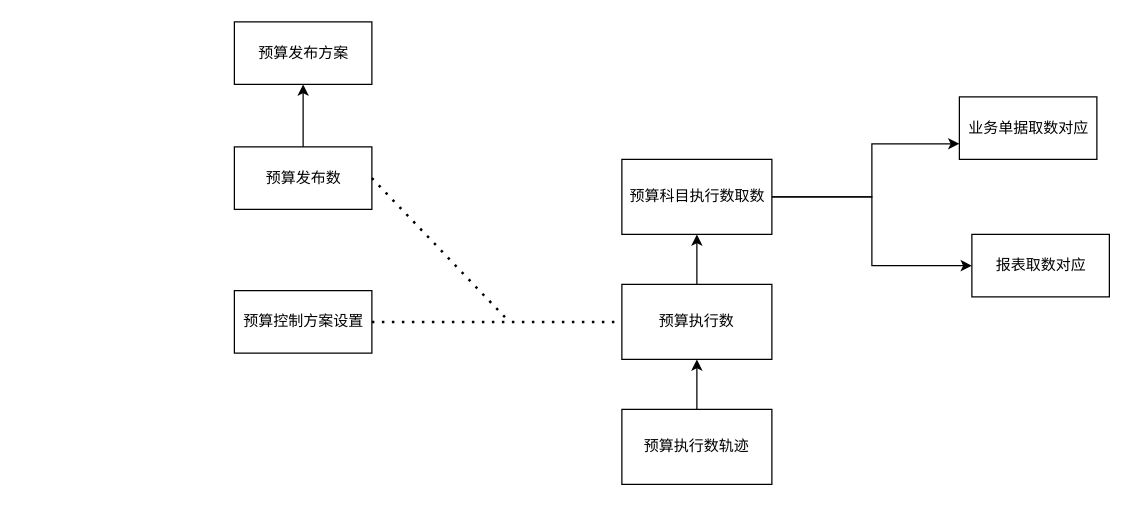
Before: Untitled Diagram.drawio in jeffers3n/dev-diagrams, a draw.io diagram. Source tidied: cells renumbered, new cells numbered last; positions are measured from the earlier drawing's top-left corner, leaving out a move shared by most shapes. Both pictures are drawn from the tidied source at 125%, with x=0, y=0 at pixel (234, 21).
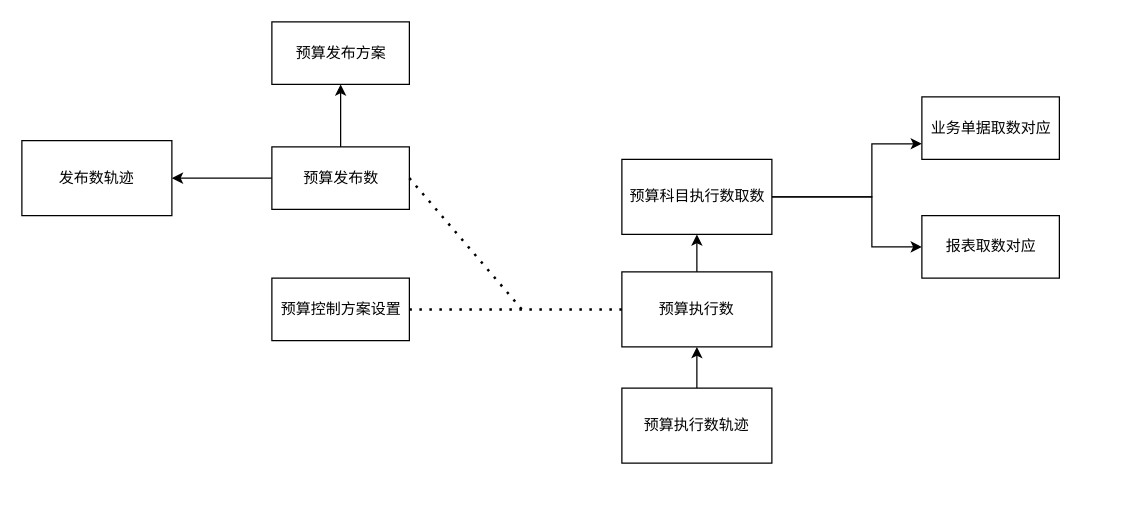
After the change.

Unchanged cells that the change refers to:
```xml
<mxCell id="4" value="预算科目执行数取数" style="html=1;" parent="1" vertex="1">
  <mxGeometry x="310" y="110" width="120" height="60" as="geometry" />
</mxCell>
```

Diff of the diagram source:
```diff
@@
     <mxCell id="3" style="edgeStyle=orthogonalEdgeStyle;rounded=0;jettySize=auto;html=1;" parent="1" edge="1" source="4" target="6">
-      <mxGeometry relative="1" as="geometry" />
+      <mxGeometry relative="1" as="geometry">
+        <Array as="points">
+          <mxPoint x="510" y="140" />
+          <mxPoint x="510" y="180" />
+        </Array>
+      </mxGeometry>
     </mxCell>
@@
     <mxCell id="5" value="业务单据取数对应" style="html=1;" parent="1" vertex="1">
-      <mxGeometry x="580" y="60" width="110" height="50" as="geometry" />
+      <mxGeometry x="550" y="60" width="110" height="50" as="geometry" />
     </mxCell>
     <mxCell id="6" value="报表取数对应" style="html=1;" parent="1" vertex="1">
-      <mxGeometry x="590" y="170" width="110" height="50" as="geometry" />
+      <mxGeometry x="550" y="155" width="110" height="50" as="geometry" />
     </mxCell>
@@
     <mxCell id="8" value="预算执行数" style="rounded=0;whiteSpace=wrap;html=1;" parent="1" vertex="1">
-      <mxGeometry x="310" y="210" width="120" height="60" as="geometry" />
+      <mxGeometry x="310" y="200" width="120" height="60" as="geometry" />
     </mxCell>
@@
     <mxCell id="10" value="预算执行数轨迹" style="rounded=0;whiteSpace=wrap;html=1;" parent="1" vertex="1">
-      <mxGeometry x="310" y="310" width="120" height="60" as="geometry" />
+      <mxGeometry x="310" y="293" width="120" height="60" as="geometry" />
     </mxCell>
     <mxCell id="11" value="预算控制方案设置" style="html=1;" parent="1" vertex="1">
-      <mxGeometry y="215" width="110" height="50" as="geometry" />
+      <mxGeometry x="30" y="205" width="110" height="50" as="geometry" />
     </mxCell>
     <mxCell id="12" value="预算发布方案" style="html=1;" parent="1" vertex="1">
-      <mxGeometry width="110" height="50" as="geometry" />
+      <mxGeometry x="30" width="110" height="50" as="geometry" />
     </mxCell>
@@
+    <mxCell id="17" style="edgeStyle=orthogonalEdgeStyle;rounded=0;jettySize=auto;html=1;" parent="1" edge="1" source="14" target="18">
+      <mxGeometry relative="1" as="geometry" />
+    </mxCell>
     <mxCell id="14" value="预算发布数" style="html=1;" parent="1" vertex="1">
-      <mxGeometry y="100" width="110" height="50" as="geometry" />
+      <mxGeometry x="30" y="100" width="110" height="50" as="geometry" />
     </mxCell>
@@
     <mxCell id="16" style="endArrow=none;dashed=1;html=1;dashPattern=1 3;strokeWidth=2;rounded=0;exitX=1;exitY=0.5;exitDx=0;exitDy=0;" parent="1" edge="1" source="14">
       <mxGeometry relative="1" as="geometry">
-        <mxPoint x="220" y="240" as="targetPoint" />
+        <mxPoint x="230" y="230" as="targetPoint" />
       </mxGeometry>
     </mxCell>
+    <mxCell id="18" value="发布数轨迹" style="whiteSpace=wrap;html=1;fillColor=rgb(255, 255, 255);strokeColor=rgb(0, 0, 0);fontColor=rgb(0, 0, 0);" parent="1" vertex="1">
+      <mxGeometry x="-170" y="95" width="120" height="60" as="geometry" />
+    </mxCell>
```
